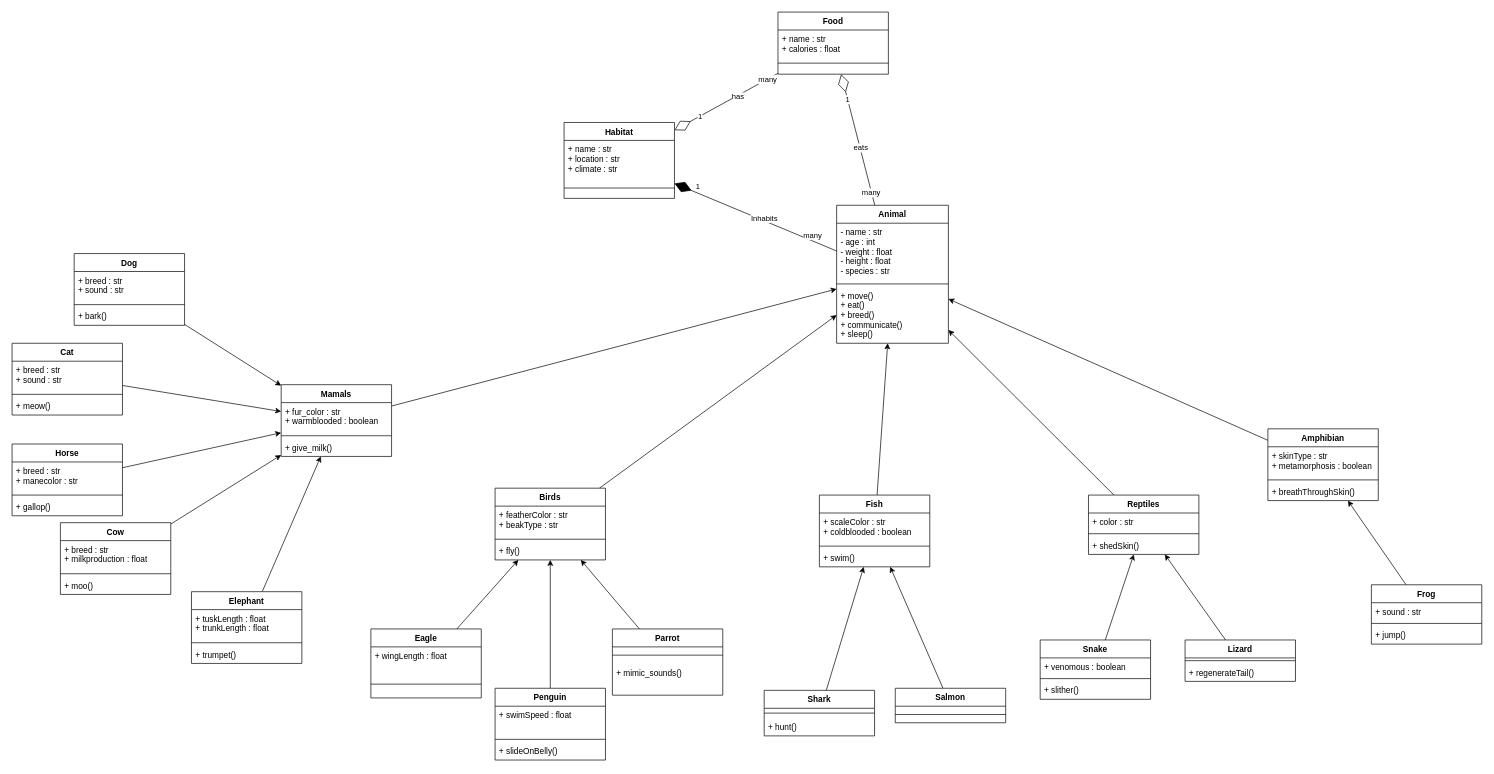
This is Animal.drawio from Hossein-MJafari/exercise-1, a draw.io file, before an edit. Source tidied: cells renumbered, new cells numbered last; positions are measured from the earlier drawing's top-left corner, leaving out a move shared by most shapes. Both pictures are drawn from the tidied source at 69%, with x=0, y=0 at pixel (12, 12).
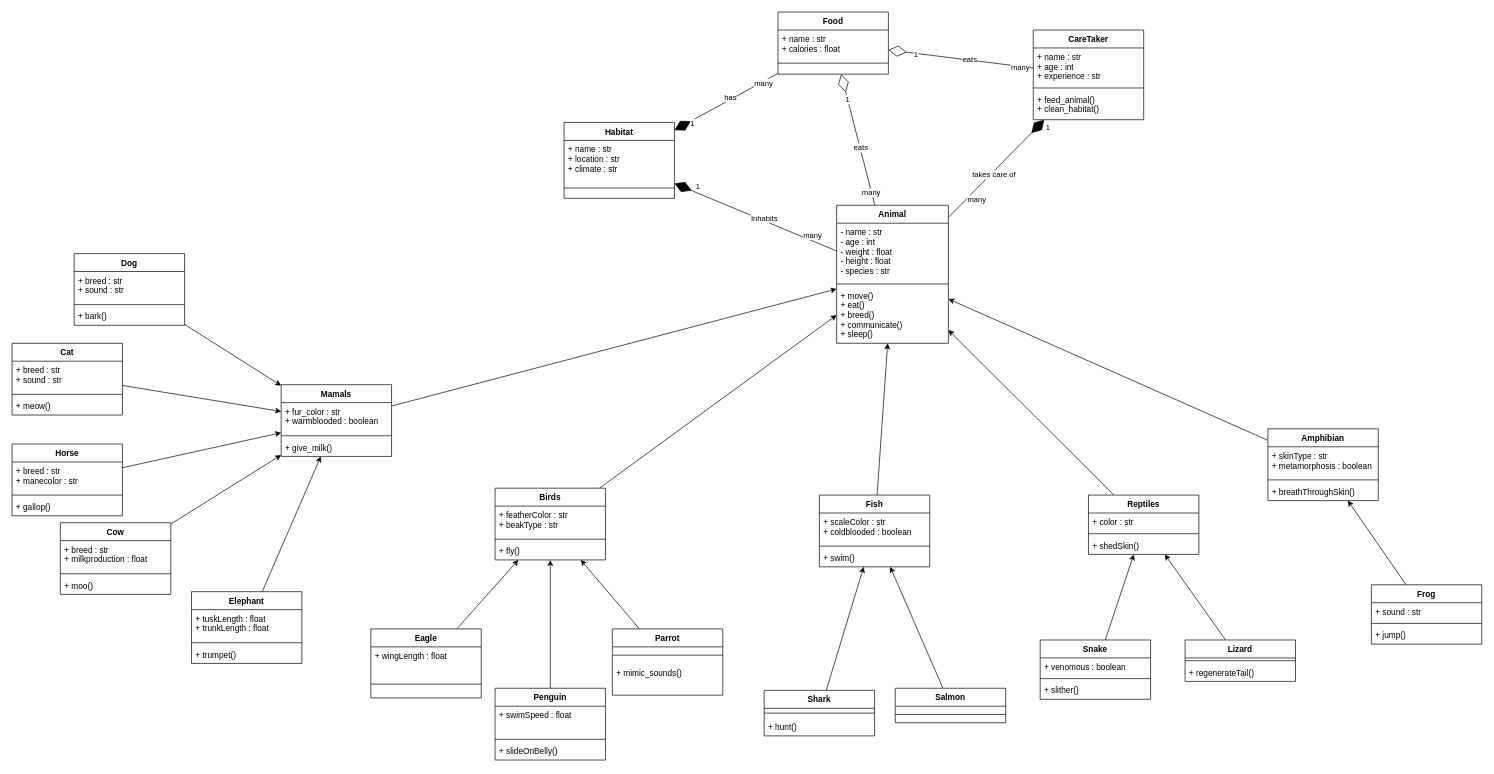
Above is the later version.

Commit message:
Added CareTaker class.

The change refers to these unchanged cells:
```xml
<mxCell id="2" value="Animal" style="swimlane;fontStyle=1;align=center;verticalAlign=top;horizontal=1;startSize=26;" parent="1" vertex="1">
  <mxGeometry x="1195" y="280" width="162" height="200" as="geometry" />
</mxCell>
<mxCell id="90" value="Habitat" style="swimlane;fontStyle=1;align=center;verticalAlign=top;horizontal=1;startSize=26;" parent="1" vertex="1">
  <mxGeometry x="800" y="160" width="160" height="110" as="geometry" />
</mxCell>
<mxCell id="97" value="Food" style="swimlane;fontStyle=1;align=center;verticalAlign=top;horizontal=1;startSize=26;" parent="1" vertex="1">
  <mxGeometry x="1110" width="160" height="90" as="geometry" />
</mxCell>
```

What changed in the source:
```diff
@@
+    <mxCell id="109" value="CareTaker" style="swimlane;fontStyle=1;align=center;verticalAlign=top;horizontal=1;startSize=26;" parent="1" vertex="1">
+      <mxGeometry x="1480" y="26" width="160" height="130" as="geometry" />
+    </mxCell>
+    <mxCell id="110" value="+ name : str&#10;+ age : int&#10;+ experience : str" style="text;strokeColor=none;fillColor=none;align=left;verticalAlign=top;spacingLeft=4;spacingRight=4;overflow=hidden;" parent="109" vertex="1">
+      <mxGeometry y="26" width="160" height="54" as="geometry" />
+    </mxCell>
+    <mxCell id="111" style="line;strokeWidth=1;fillColor=none;align=left;verticalAlign=middle;spacingTop=-1;spacingLeft=3;spacingRight=3;labelPosition=right;strokeColor=inherit;" parent="109" vertex="1">
+      <mxGeometry y="80" width="160" height="8" as="geometry" />
+    </mxCell>
+    <mxCell id="112" value="+ feed_animal()&#10;+ clean_habitat()" style="text;strokeColor=none;fillColor=none;align=left;verticalAlign=top;spacingLeft=4;spacingRight=4;overflow=hidden;" parent="109" vertex="1">
+      <mxGeometry y="88" width="160" height="42" as="geometry" />
+    </mxCell>
+    <mxCell id="113" style="endArrow=diamondThin;endFill=1;endSize=24;html=1;" parent="1" edge="1" source="2" target="109">
+      <mxGeometry relative="1" as="geometry" />
+    </mxCell>
+    <mxCell id="114" value="1" style="edgeLabel;html=1;align=center;verticalAlign=middle;" parent="113" vertex="1">
+      <mxGeometry x="0.84" y="-2" relative="1" as="geometry">
+        <mxPoint x="14" y="-2" as="offset" />
+      </mxGeometry>
+    </mxCell>
+    <mxCell id="115" value="many" style="edgeLabel;html=1;align=center;verticalAlign=middle;" parent="113" vertex="1">
+      <mxGeometry x="-0.6" y="-3" relative="1" as="geometry">
+        <mxPoint x="10" as="offset" />
+      </mxGeometry>
+    </mxCell>
+    <mxCell id="116" value="takes care of" style="edgeLabel;html=1;align=center;verticalAlign=middle;" parent="113" vertex="1">
+      <mxGeometry x="-0.09" y="-3" relative="1" as="geometry" />
+    </mxCell>
-    <mxCell id="105" style="endArrow=diamondThin;endFill=0;endSize=24;html=1;" parent="1" edge="1" source="97" target="90">
+    <mxCell id="105" style="endArrow=diamondThin;endFill=1;endSize=24;html=1;" parent="1" edge="1" source="97" target="90">
       <mxGeometry relative="1" as="geometry" />
     </mxCell>
+    <mxCell id="117" value="1" style="edgeLabel;html=1;align=center;verticalAlign=middle;" parent="105" vertex="1">
+      <mxGeometry x="0.84" y="-2" relative="1" as="geometry">
+        <mxPoint x="14" y="-2" as="offset" />
+      </mxGeometry>
+    </mxCell>
+    <mxCell id="118" value="many" style="edgeLabel;html=1;align=center;verticalAlign=middle;" parent="105" vertex="1">
+      <mxGeometry x="-0.6" y="-3" relative="1" as="geometry">
+        <mxPoint x="10" as="offset" />
+      </mxGeometry>
+    </mxCell>
     <mxCell id="106" value="has" style="edgeLabel;html=1;align=center;verticalAlign=middle;" parent="105" vertex="1">
-      <mxGeometry x="-0.21" y="1" relative="1" as="geometry">
-        <mxPoint x="1" as="offset" />
-      </mxGeometry>
+      <mxGeometry x="-0.09" y="-3" relative="1" as="geometry" />
     </mxCell>
-    <mxCell id="107" value="many" style="edgeLabel;html=1;align=center;verticalAlign=middle;" parent="105" vertex="1">
-      <mxGeometry x="-0.79" relative="1" as="geometry" />
-    </mxCell>
-    <mxCell id="108" value="1" style="edgeLabel;html=1;align=center;verticalAlign=middle;" parent="105" vertex="1">
-      <mxGeometry x="0.51" relative="1" as="geometry" />
-    </mxCell>
+    <mxCell id="119" style="endArrow=diamondThin;endFill=0;endSize=24;html=1;" parent="1" edge="1" source="109" target="97">
+      <mxGeometry relative="1" as="geometry" />
+    </mxCell>
+    <mxCell id="120" value="1" style="edgeLabel;html=1;align=center;verticalAlign=middle;" parent="119" vertex="1">
+      <mxGeometry x="0.63" relative="1" as="geometry">
+        <mxPoint y="1" as="offset" />
+      </mxGeometry>
+    </mxCell>
+    <mxCell id="121" value="eats" style="edgeLabel;html=1;align=center;verticalAlign=middle;" parent="119" vertex="1">
+      <mxGeometry x="-0.12" y="-1" relative="1" as="geometry" />
+    </mxCell>
+    <mxCell id="122" value="many" style="edgeLabel;html=1;align=center;verticalAlign=middle;" parent="119" vertex="1">
+      <mxGeometry x="-0.81" y="1" relative="1" as="geometry" />
+    </mxCell>
```
